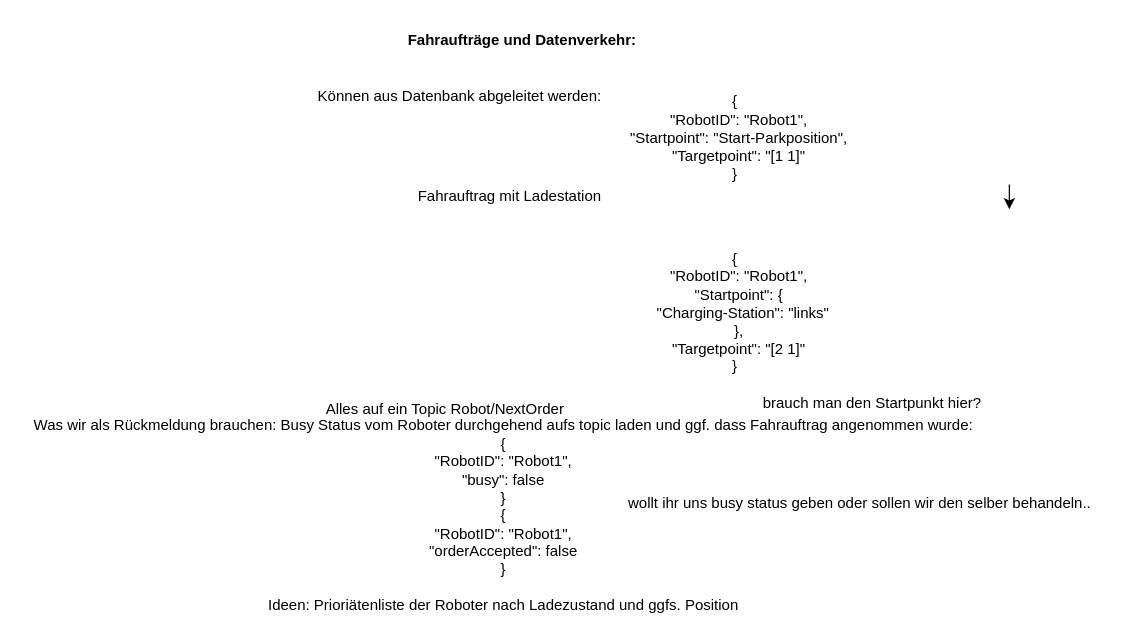
Earlier version of the draw.io diagram Planung/Fahraufträge.drawio (Nuramon4/Gewerk1). Source tidied: cells renumbered, new cells numbered last; positions are measured from the earlier drawing's top-left corner, leaving out a move shared by most shapes. Both pictures are drawn from the tidied source at 125%, with x=0, y=0 at pixel (21, 21).
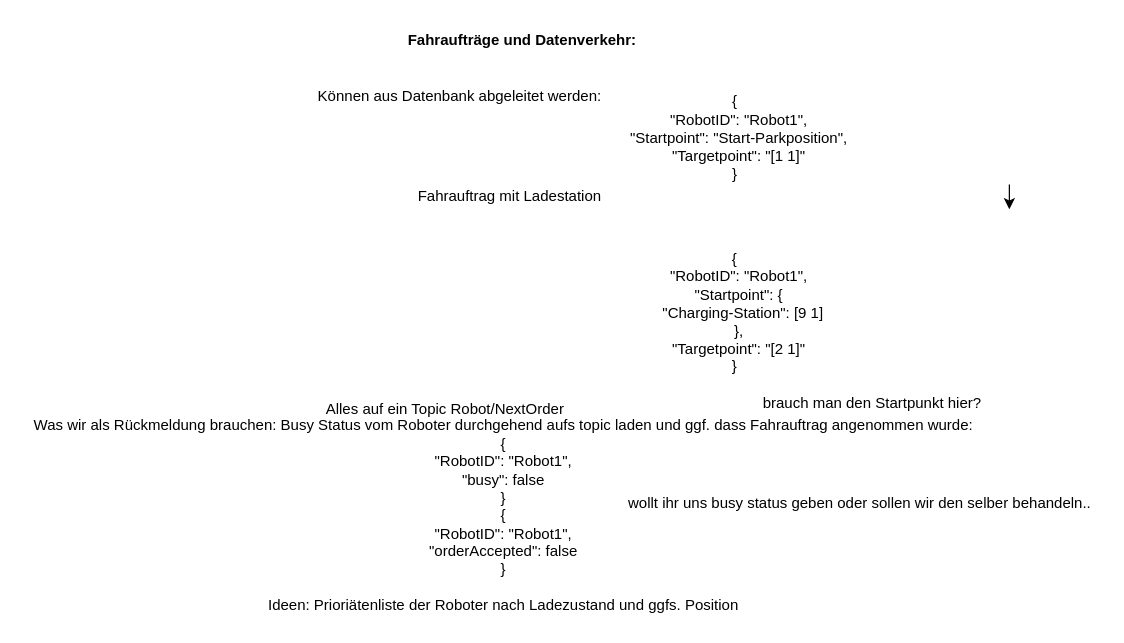
The same diagram, later.

The edit, as a diff of the source:
```diff
@@
 <mxGraphModel>
   <root>
     <mxCell id="0" />
     <mxCell id="1" parent="0" />
     <mxCell id="2" value="&lt;b&gt;Fahraufträge und Datenverkehr:&lt;/b&gt;" style="text;html=1;align=center;verticalAlign=middle;strokeColor=none;fillColor=none;" parent="1" vertex="1">
       <mxGeometry x="295" width="210" height="30" as="geometry" />
     </mxCell>
     <mxCell id="3" value="&lt;div&gt;{&lt;/div&gt;&lt;div&gt;&amp;nbsp; &quot;RobotID&quot;: &quot;Robot1&quot;,&lt;/div&gt;&lt;div&gt;&amp;nbsp; &quot;Startpoint&quot;: &quot;Start-Parkposition&quot;,&lt;/div&gt;&lt;div&gt;&amp;nbsp; &quot;Targetpoint&quot;: &quot;[1 1]&quot;&lt;/div&gt;&lt;div&gt;}&lt;/div&gt;&lt;div&gt;&lt;br&gt;&lt;/div&gt;" style="text;html=1;align=center;verticalAlign=middle;strokeColor=none;fillColor=none;" parent="1" vertex="1">
       <mxGeometry x="470" y="50" width="200" height="100" as="geometry" />
     </mxCell>
     <mxCell id="4" style="edgeStyle=orthogonalEdgeStyle;rounded=0;orthogonalLoop=1;jettySize=auto;html=1;" parent="1" edge="1">
       <mxGeometry relative="1" as="geometry">
         <mxPoint x="790" y="130" as="sourcePoint" />
         <mxPoint x="790" y="150" as="targetPoint" />
       </mxGeometry>
     </mxCell>
-    <mxCell id="5" value="&lt;div&gt;{&lt;/div&gt;&lt;div&gt;&amp;nbsp; &quot;RobotID&quot;: &quot;Robot1&quot;,&lt;/div&gt;&lt;div&gt;&amp;nbsp; &quot;Startpoint&quot;: {&lt;/div&gt;&lt;div&gt;&amp;nbsp; &amp;nbsp; &quot;Charging-Station&quot;: &quot;links&quot;&lt;/div&gt;&lt;div&gt;&amp;nbsp; },&lt;/div&gt;&lt;div&gt;&amp;nbsp; &quot;Targetpoint&quot;: &quot;[2 1]&quot;&lt;/div&gt;&lt;div&gt;}&lt;/div&gt;&lt;div&gt;&lt;br&gt;&lt;/div&gt;" style="text;html=1;align=center;verticalAlign=middle;strokeColor=none;fillColor=none;" parent="1" vertex="1">
-      <mxGeometry x="485" y="175" width="170" height="130" as="geometry" />
+    <mxCell id="5" value="&lt;div&gt;{&lt;/div&gt;&lt;div&gt;&amp;nbsp; &quot;RobotID&quot;: &quot;Robot1&quot;,&lt;/div&gt;&lt;div&gt;&amp;nbsp; &quot;Startpoint&quot;: {&lt;/div&gt;&lt;div&gt;&amp;nbsp; &amp;nbsp; &quot;Charging-Station&quot;: [9 1]&lt;/div&gt;&lt;div&gt;&amp;nbsp; },&lt;/div&gt;&lt;div&gt;&amp;nbsp; &quot;Targetpoint&quot;: &quot;[2 1]&quot;&lt;/div&gt;&lt;div&gt;}&lt;/div&gt;&lt;div&gt;&lt;br&gt;&lt;/div&gt;" style="text;html=1;align=center;verticalAlign=middle;strokeColor=none;fillColor=none;" parent="1" vertex="1">
+      <mxGeometry x="490" y="185" width="160" height="110" as="geometry" />
     </mxCell>
     <mxCell id="6" value="Fahrauftrag mit Ladestation" style="text;html=1;align=center;verticalAlign=middle;strokeColor=none;fillColor=none;" parent="1" vertex="1">
       <mxGeometry x="305" y="125" width="170" height="30" as="geometry" />
     </mxCell>
     <mxCell id="7" value="Alles auf ein Topic Robot/NextOrder&amp;nbsp;" style="text;html=1;align=center;verticalAlign=middle;strokeColor=none;fillColor=none;" parent="1" vertex="1">
       <mxGeometry x="230" y="295" width="220" height="30" as="geometry" />
     </mxCell>
     <mxCell id="8" value="Was wir als Rückmeldung brauchen: Busy Status vom Roboter durchgehend aufs topic laden und ggf. dass Fahrauftrag angenommen wurde:&lt;br&gt;{&lt;br&gt;&quot;RobotID&quot;: &quot;Robot1&quot;,&lt;br&gt;&quot;busy&quot;: false&lt;br&gt;}&lt;br&gt;{&lt;br&gt;&quot;RobotID&quot;: &quot;Robot1&quot;,&lt;br&gt;&quot;orderAccepted&quot;: false&lt;br&gt;}&lt;br&gt;&lt;br&gt;Ideen: Prioriätenliste der Roboter nach Ladezustand und ggfs. Position" style="text;html=1;align=center;verticalAlign=middle;strokeColor=none;fillColor=none;" parent="1" vertex="1">
       <mxGeometry y="310" width="770" height="170" as="geometry" />
     </mxCell>
     <mxCell id="9" value="brauch man den Startpunkt hier?" style="text;html=1;align=center;verticalAlign=middle;strokeColor=none;fillColor=none;" parent="1" vertex="1">
       <mxGeometry x="580" y="290" width="200" height="30" as="geometry" />
     </mxCell>
     <mxCell id="10" value="wollt ihr uns busy status geben oder sollen wir den selber behandeln.." style="text;html=1;align=center;verticalAlign=middle;strokeColor=none;fillColor=none;" parent="1" vertex="1">
       <mxGeometry x="475" y="370" width="390" height="30" as="geometry" />
     </mxCell>
     <mxCell id="11" value="Können aus Datenbank abgeleitet werden:" style="text;html=1;align=center;verticalAlign=middle;strokeColor=none;fillColor=none;" parent="1" vertex="1">
       <mxGeometry x="225" y="45" width="250" height="30" as="geometry" />
     </mxCell>
   </root>
 </mxGraphModel>
```
